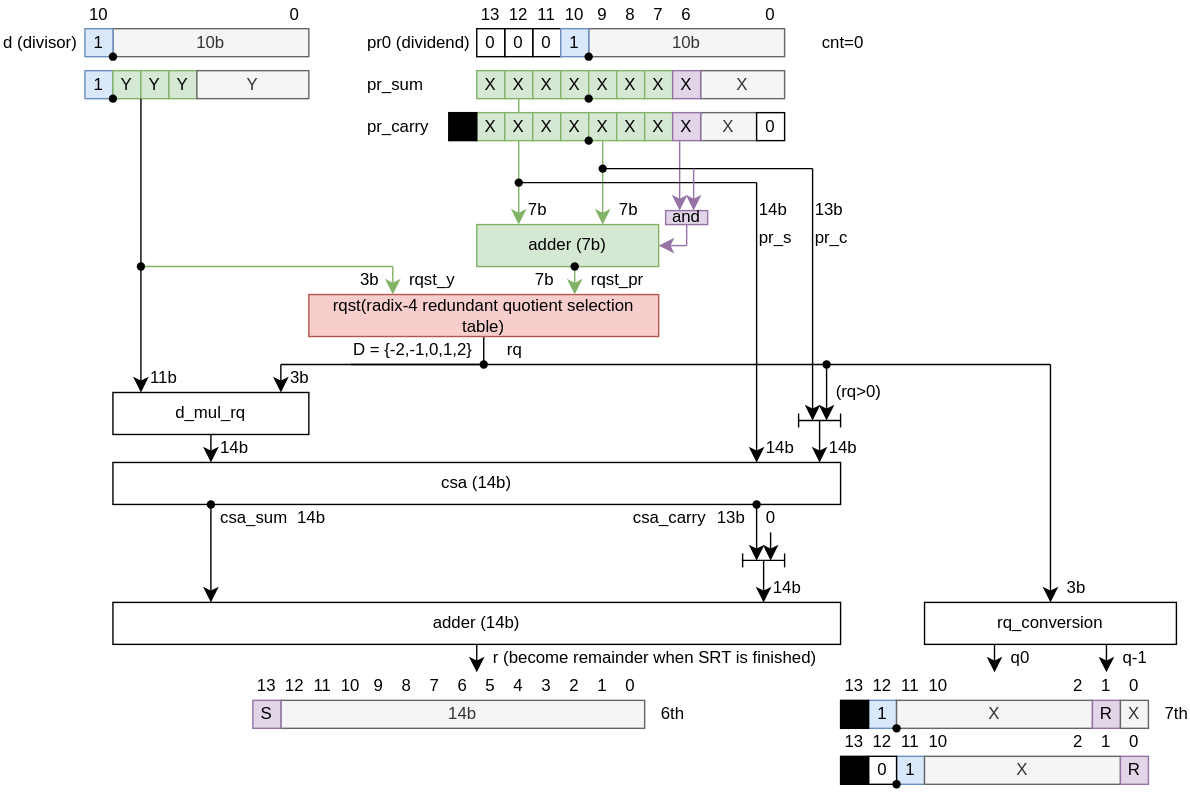
Before: de/fpu/include_f16div/f16dsu_radix4_srt_div_uarch.svg, a diagram exported from draw.io (jnjnliwenjie0022/obs). Source tidied: cells renumbered, new cells last; positions are measured from the earlier drawing's top-left corner, leaving out a move shared by most shapes.
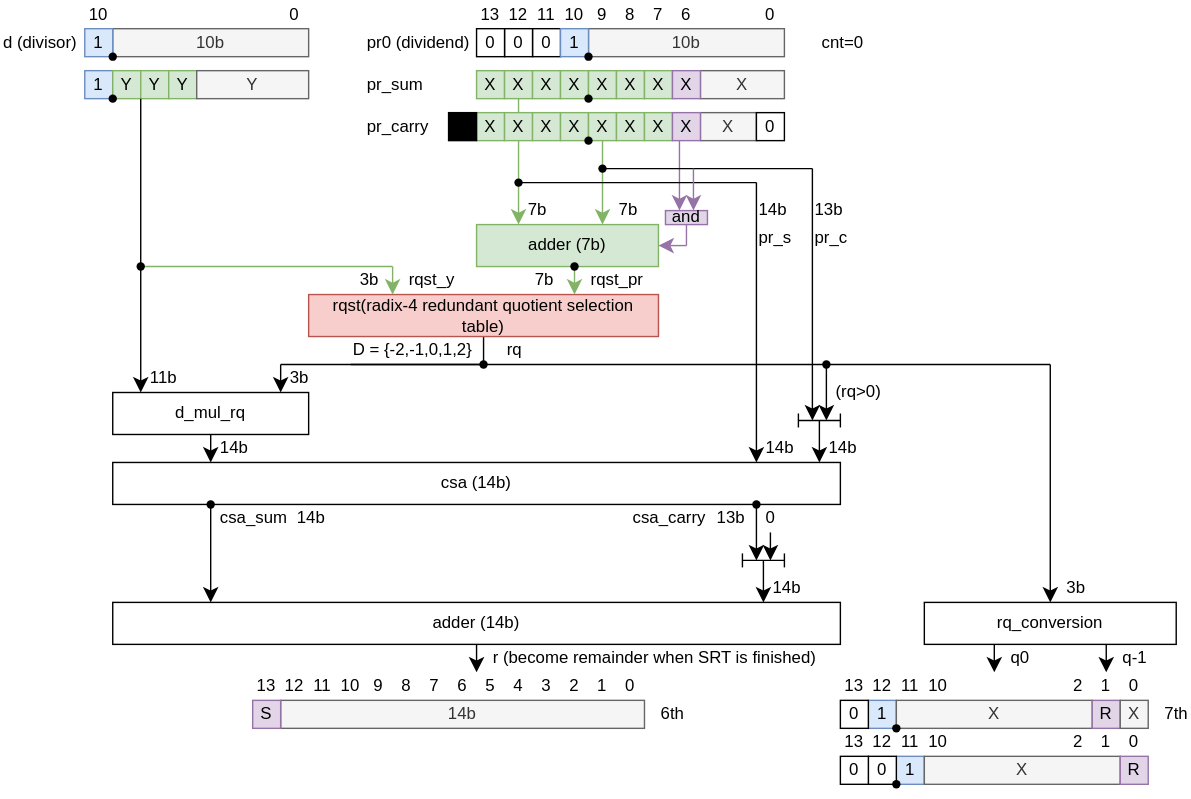
After the change.

The edit, as a diff of the source:
```diff
@@ -590,10 +590,10 @@
     <mxCell id="170" value="0" style="whiteSpace=wrap;html=1;" parent="1" vertex="1">
       <mxGeometry x="620" y="540" width="20" height="20" as="geometry" />
     </mxCell>
-    <mxCell id="171" style="whiteSpace=wrap;html=1;fillColor=#000000;" parent="1" vertex="1">
+    <mxCell id="171" value="0" style="whiteSpace=wrap;html=1;" parent="1" vertex="1">
       <mxGeometry x="600" y="500" width="20" height="20" as="geometry" />
     </mxCell>
-    <mxCell id="172" style="whiteSpace=wrap;html=1;fillColor=#000000;" parent="1" vertex="1">
+    <mxCell id="172" value="0" style="whiteSpace=wrap;html=1;" parent="1" vertex="1">
       <mxGeometry x="600" y="540" width="20" height="20" as="geometry" />
     </mxCell>
     <mxCell id="173" style="shape=waypoint;sketch=0;size=6;fillColor=none;perimeter=centerPerimeter;" parent="1" vertex="1">
```
